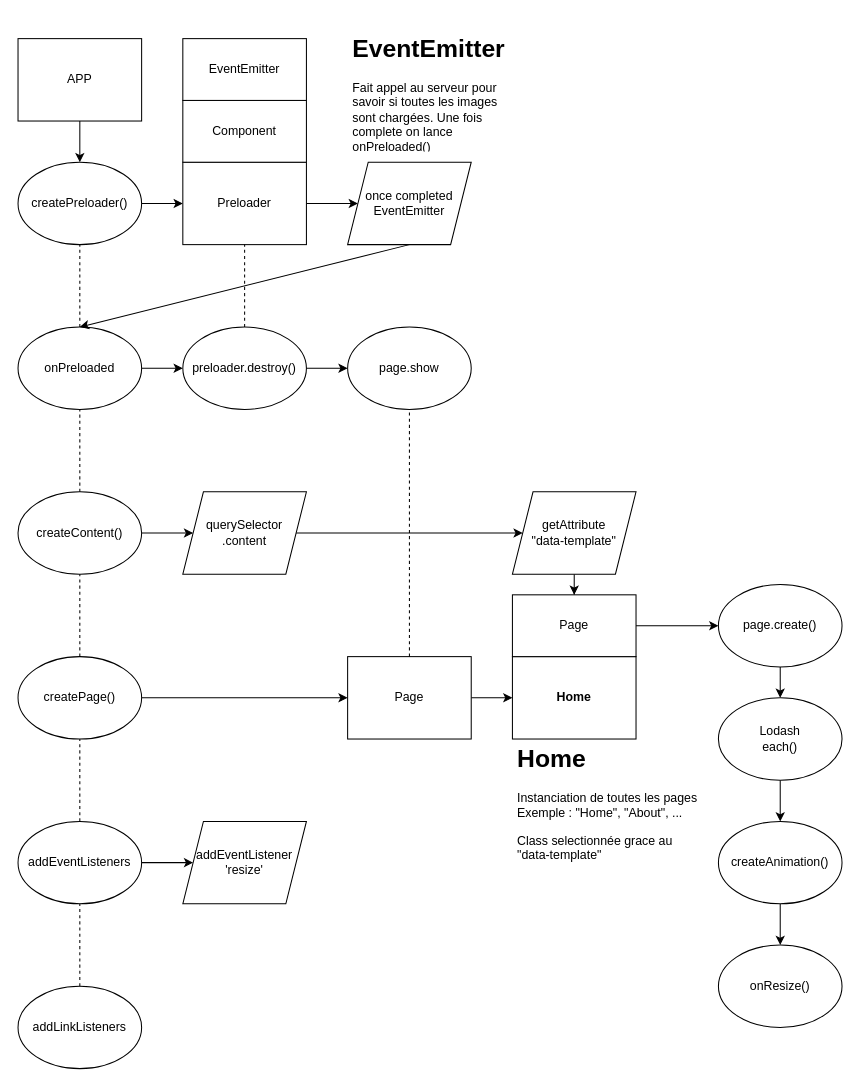
Earlier version of the draw.io diagram Untitled Diagram.drawio (Projet-360/Cours). Source tidied: cells renumbered, new cells numbered last; positions are measured from the earlier drawing's top-left corner, leaving out a move shared by most shapes. Both pictures are drawn from the tidied source at 103%, with x=0, y=0 at pixel (18, 28).
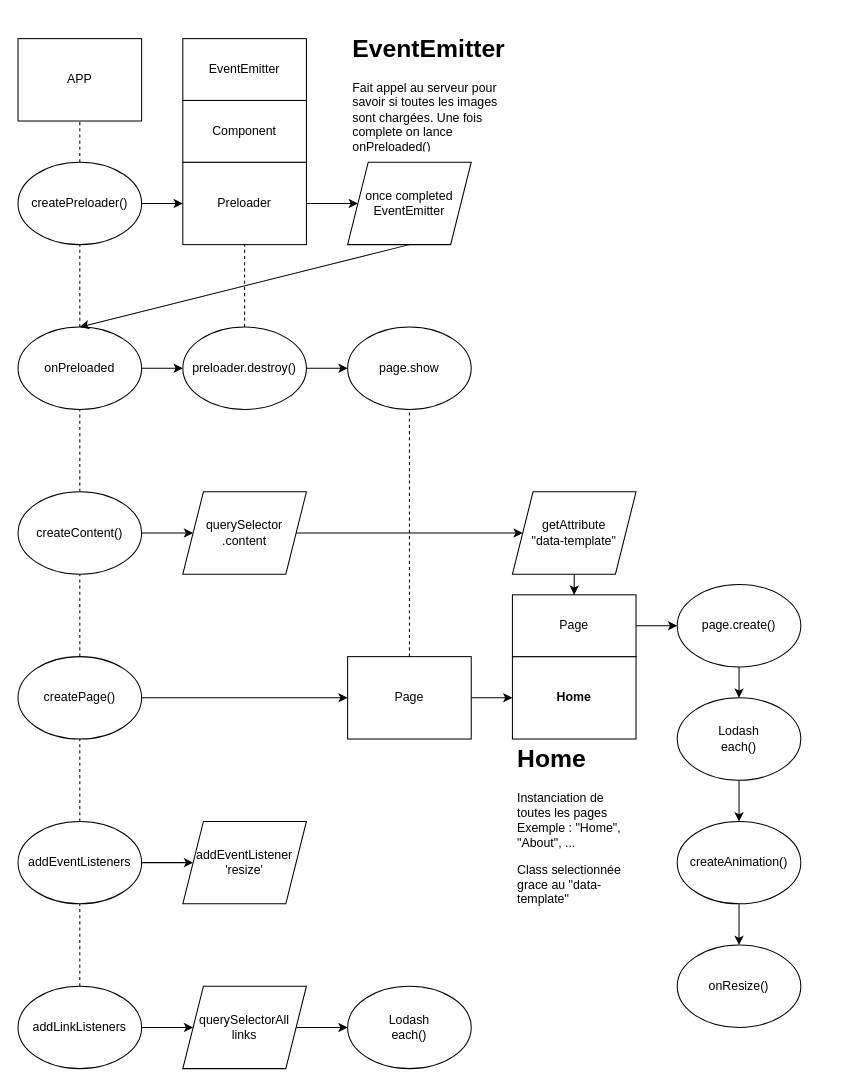
The same page after the edit.

Unchanged cells that the change refers to:
```xml
<mxCell id="3" value="APP" style="rounded=0;whiteSpace=wrap;html=1;" parent="1" vertex="1">
  <mxGeometry y="10" width="120" height="80" as="geometry" />
</mxCell>
<mxCell id="5" value="createPreloader()" style="ellipse;whiteSpace=wrap;html=1;" parent="1" vertex="1">
  <mxGeometry y="130" width="120" height="80" as="geometry" />
</mxCell>
<mxCell id="47" value="addLinkListeners" style="ellipse;whiteSpace=wrap;html=1;" parent="1" vertex="1">
  <mxGeometry y="930" width="120" height="80" as="geometry" />
</mxCell>
```

The edit, as a diff of the source:
```diff
@@
-    <mxCell id="2" style="edgeStyle=orthogonalEdgeStyle;rounded=0;jettySize=auto;html=1;" parent="1" edge="1" source="3" target="5">
-      <mxGeometry relative="1" as="geometry" />
-    </mxCell>
@@
     <mxCell id="24" value="page.create()" style="ellipse;whiteSpace=wrap;html=1;" parent="1" vertex="1">
-      <mxGeometry x="680" y="540" width="120" height="80" as="geometry" />
+      <mxGeometry x="640" y="540" width="120" height="80" as="geometry" />
     </mxCell>
@@
     <mxCell id="26" value="Lodash&lt;br&gt;each()" style="ellipse;whiteSpace=wrap;html=1;" parent="1" vertex="1">
-      <mxGeometry x="680" y="650" width="120" height="80" as="geometry" />
+      <mxGeometry x="640" y="650" width="120" height="80" as="geometry" />
     </mxCell>
@@
     <mxCell id="28" value="createAnimation()" style="ellipse;whiteSpace=wrap;html=1;" parent="1" vertex="1">
-      <mxGeometry x="680" y="770" width="120" height="80" as="geometry" />
+      <mxGeometry x="640" y="770" width="120" height="80" as="geometry" />
     </mxCell>
@@
     <mxCell id="42" value="&lt;h1&gt;Home&lt;/h1&gt;&lt;p&gt;Instanciation de toutes les pages Exemple : &quot;Home&quot;, &quot;About&quot;, ...&lt;/p&gt;&lt;p&gt;Class selectionnée grace au &quot;data-template&quot;&lt;/p&gt;" style="text;html=1;strokeColor=none;fillColor=none;spacing=5;spacingTop=-20;whiteSpace=wrap;overflow=hidden;rounded=0;" parent="1" vertex="1">
-      <mxGeometry x="480" y="690" width="190" height="120" as="geometry" />
+      <mxGeometry x="480" y="690" width="120" height="170" as="geometry" />
     </mxCell>
     <mxCell id="43" value="onResize()" style="ellipse;whiteSpace=wrap;html=1;" parent="1" vertex="1">
-      <mxGeometry x="680" y="890" width="120" height="80" as="geometry" />
+      <mxGeometry x="640" y="890" width="120" height="80" as="geometry" />
     </mxCell>
@@
+    <mxCell id="50" style="edgeStyle=orthogonalEdgeStyle;rounded=0;jettySize=auto;html=1;" parent="1" edge="1" source="47" target="53">
+      <mxGeometry relative="1" as="geometry" />
+    </mxCell>
@@
+    <mxCell id="51" style="endArrow=none;dashed=1;html=1;rounded=0;entryX=0.5;entryY=1;entryDx=0;entryDy=0;exitX=0.5;exitY=0;exitDx=0;exitDy=0;" parent="1" edge="1" source="5" target="3">
+      <mxGeometry relative="1" as="geometry" />
+    </mxCell>
+    <mxCell id="52" style="edgeStyle=orthogonalEdgeStyle;rounded=0;jettySize=auto;html=1;" parent="1" edge="1" source="53" target="54">
+      <mxGeometry relative="1" as="geometry" />
+    </mxCell>
+    <mxCell id="53" value="querySelectorAll&lt;br&gt;links" style="shape=parallelogram;perimeter=parallelogramPerimeter;whiteSpace=wrap;html=1;fixedSize=1;rounded=0;" parent="1" vertex="1">
+      <mxGeometry x="160" y="930" width="120" height="80" as="geometry" />
+    </mxCell>
+    <mxCell id="54" value="&lt;span&gt;Lodash&lt;/span&gt;&lt;br&gt;&lt;span&gt;each()&lt;/span&gt;" style="ellipse;whiteSpace=wrap;html=1;" parent="1" vertex="1">
+      <mxGeometry x="320" y="930" width="120" height="80" as="geometry" />
+    </mxCell>
```
